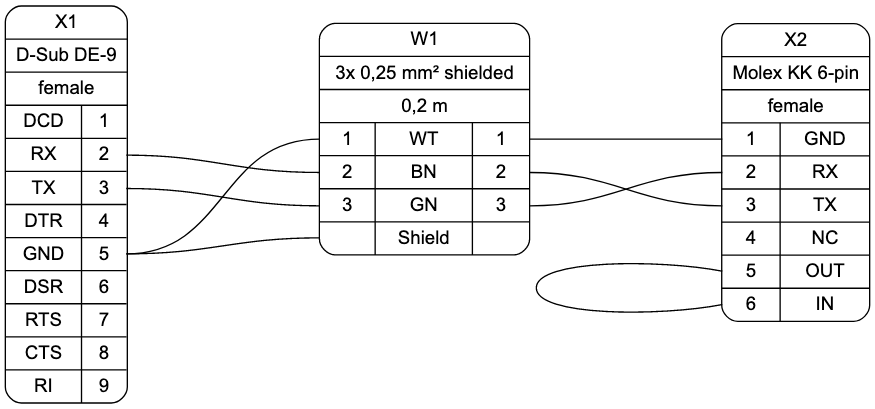
This is idea/example1.png from wireviz/WireViz, a Graphviz export, as it was before one commit. Its source is kept beside it as idea/example1.dot.
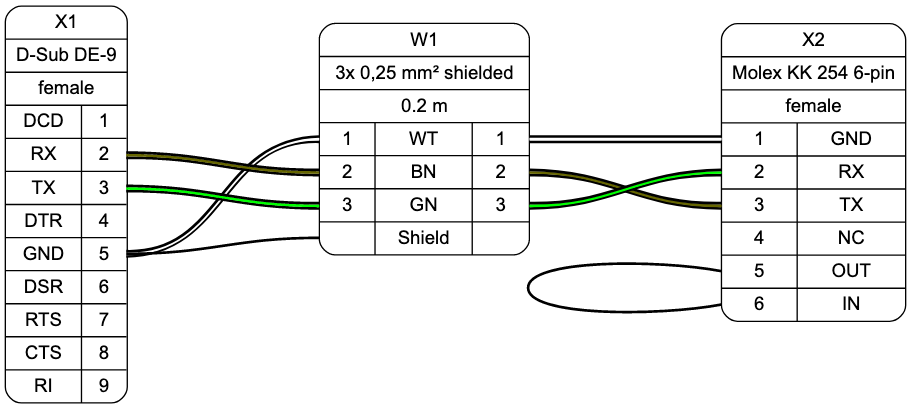
Above is the later version.

Commit message:
Add wire color to example1

The edit, as a diff of the source:
```diff
@@ -8,9 +8,11 @@
 
     W1[label="W1 | 3x 0,25 mm² shielded | 0.2 m | {{<w1i>1|<w2i>2|<w3i>3|<wsi>}|{WT|BN|GN|Shield}|{<w1o>1|<w2o>2|<w3o>3|<wsi>}}}"];
 
-    X1:p5 -> W1:w1i; W1:w1o -> X2:p1;
-    X1:p2 -> W1:w2i; W1:w2o -> X2:p3;
-    X1:p3 -> W1:w3i; W1:w3o -> X2:p2;
-    X1:p5 -> W1:wsi;
-    X2:p5:w -> X2:p6:w
+    {edge[style=bold]
+        {edge[color="#000000:#ffffff:#000000"] X1:p5 -> W1:w1i; W1:w1o -> X2:p1; }
+        {edge[color="#000000:#666600:#000000"] X1:p2 -> W1:w2i; W1:w2o -> X2:p3; }
+        {edge[color="#000000:#00ff00:#000000"] X1:p3 -> W1:w3i; W1:w3o -> X2:p2; }
+        X1:p5 -> W1:wsi;
+        X2:p5:w -> X2:p6:w;
+    }
 }
```
